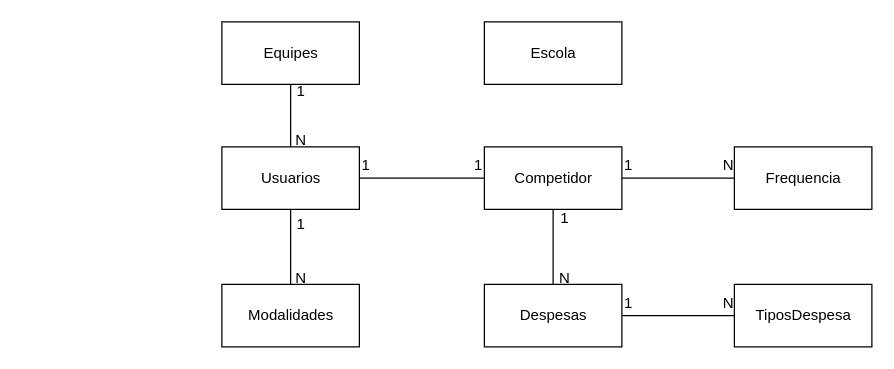
Earlier version of the draw.io diagram page "Conceitual" (1 of 2) of ModelagemDados.drawio (LimaGustav/SPSkills-Sistema). Source tidied: cells renumbered, new cells numbered last; positions are measured from the earlier drawing's top-left corner, leaving out a move shared by most shapes. Both pictures are drawn from the tidied source at 125%, with x=0, y=0 at pixel (221, 21).
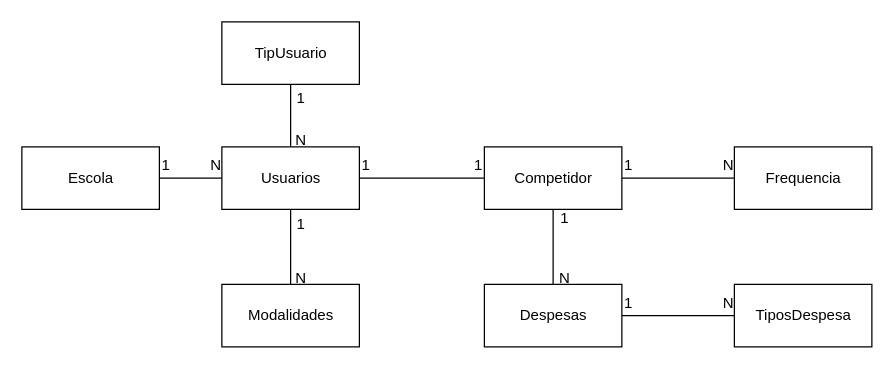
Above is the later version.

The change refers to these unchanged cells:
```xml
<mxCell id="4" value="Usuarios" style="html=1;" parent="1" vertex="1">
  <mxGeometry y="100" width="110" height="50" as="geometry" />
</mxCell>
```

Diff of the diagram source:
```diff
@@
+    <mxCell id="28" style="edgeStyle=orthogonalEdgeStyle;rounded=0;jettySize=auto;html=1;endArrow=none;endFill=0;" parent="1" edge="1" source="4" target="30">
+      <mxGeometry relative="1" as="geometry" />
+    </mxCell>
@@
+    <mxCell id="29" style="edgeStyle=orthogonalEdgeStyle;rounded=0;jettySize=auto;html=1;endArrow=none;endFill=0;" parent="1" edge="1" source="23" target="4">
+      <mxGeometry relative="1" as="geometry" />
+    </mxCell>
     <mxCell id="23" value="Escola" style="html=1;" parent="1" vertex="1">
-      <mxGeometry x="210" width="110" height="50" as="geometry" />
+      <mxGeometry x="-160" y="100" width="110" height="50" as="geometry" />
     </mxCell>
-    <mxCell id="24" style="edgeStyle=orthogonalEdgeStyle;rounded=0;jettySize=auto;html=1;endArrow=none;endFill=0;" parent="1" edge="1" source="25" target="4">
-      <mxGeometry relative="1" as="geometry" />
-    </mxCell>
-    <mxCell id="25" value="Equipes" style="html=1;" parent="1" vertex="1">
-      <mxGeometry width="110" height="50" as="geometry" />
-    </mxCell>
+    <mxCell id="30" value="TipUsuario" style="html=1;" parent="1" vertex="1">
+      <mxGeometry width="110" height="50" as="geometry" />
+    </mxCell>
+    <mxCell id="31" value="1" style="text;html=1;align=center;verticalAlign=middle;strokeColor=none;fillColor=none;" parent="1" vertex="1">
+      <mxGeometry x="48" y="46" width="30" height="30" as="geometry" />
+    </mxCell>
@@
-    <mxCell id="27" value="1" style="text;html=1;align=center;verticalAlign=middle;strokeColor=none;fillColor=none;" parent="1" vertex="1">
-      <mxGeometry x="48" y="41" width="30" height="30" as="geometry" />
-    </mxCell>
+    <mxCell id="32" value="N" style="text;html=1;align=center;verticalAlign=middle;strokeColor=none;fillColor=none;" parent="1" vertex="1">
+      <mxGeometry x="-20" y="100" width="30" height="30" as="geometry" />
+    </mxCell>
+    <mxCell id="33" value="1" style="text;html=1;align=center;verticalAlign=middle;strokeColor=none;fillColor=none;" parent="1" vertex="1">
+      <mxGeometry x="-60" y="100" width="30" height="30" as="geometry" />
+    </mxCell>
```
